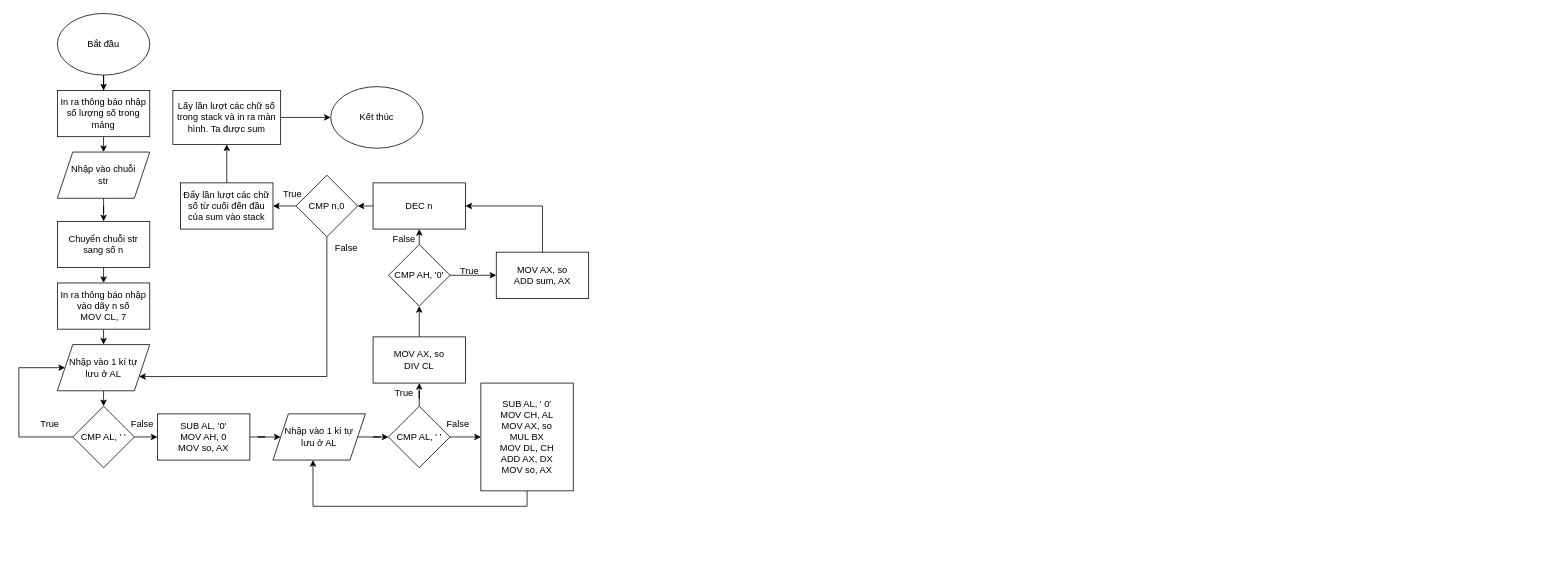
Above: Biểu đồ không có tiêu đề.drawio in NTC223/HTML (draw.io), before the change. Source tidied: cells renumbered, new cells numbered last; positions are measured from the earlier drawing's top-left corner, leaving out a move shared by most shapes. Both pictures are drawn from the tidied source at 77%, with x=0, y=0 at pixel (18, 13).
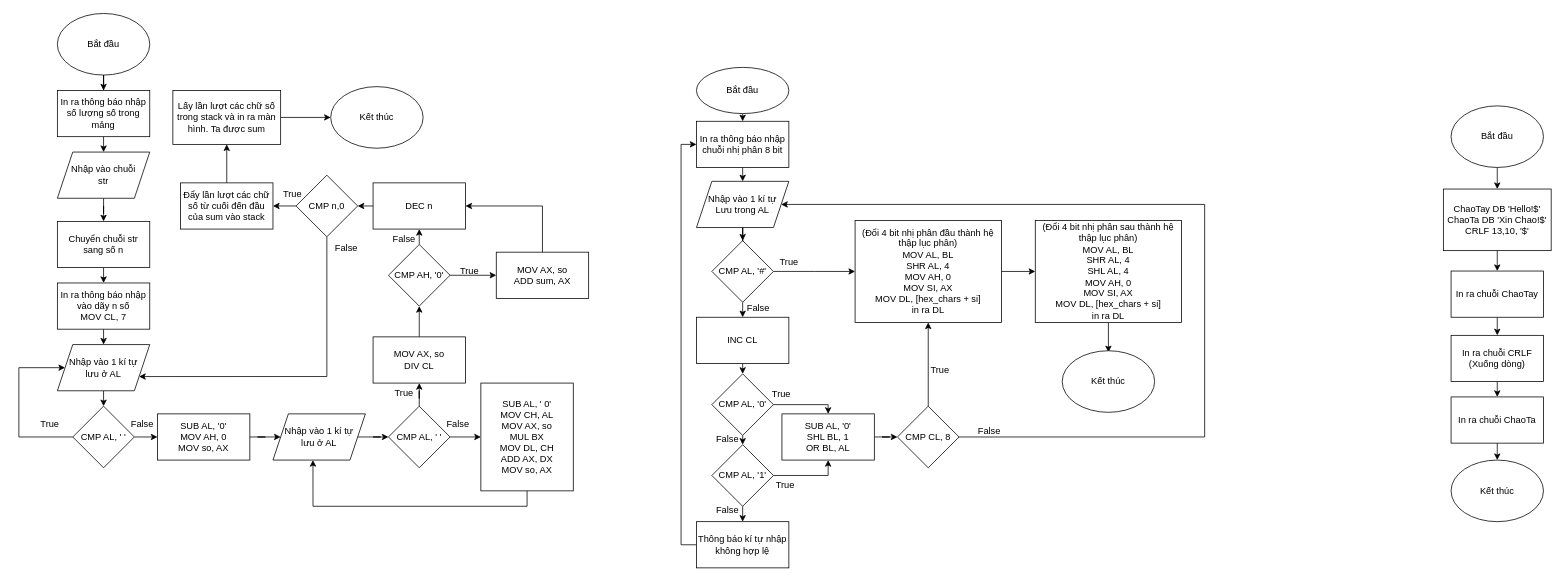
The same page after the edit.

Diff of the diagram source:
```diff
@@
+    <mxCell id="51" style="edgeStyle=orthogonalEdgeStyle;rounded=0;jettySize=auto;html=1;exitX=0.5;exitY=1;exitDx=0;exitDy=0;entryX=0.5;entryY=0;entryDx=0;entryDy=0;" parent="1" edge="1" source="52" target="54">
+      <mxGeometry relative="1" as="geometry" />
+    </mxCell>
+    <mxCell id="52" value="Bắt đầu" style="ellipse;whiteSpace=wrap;html=1;" parent="1" vertex="1">
+      <mxGeometry x="880" y="70" width="120" height="60" as="geometry" />
+    </mxCell>
+    <mxCell id="53" style="edgeStyle=orthogonalEdgeStyle;rounded=0;jettySize=auto;html=1;exitX=0.5;exitY=1;exitDx=0;exitDy=0;entryX=0.5;entryY=0;entryDx=0;entryDy=0;" parent="1" edge="1" source="54" target="56">
+      <mxGeometry relative="1" as="geometry" />
+    </mxCell>
+    <mxCell id="54" value="In ra thông báo nhập chuỗi nhị phân 8 bit" style="rounded=0;whiteSpace=wrap;html=1;" parent="1" vertex="1">
+      <mxGeometry x="880" y="140" width="120" height="60" as="geometry" />
+    </mxCell>
+    <mxCell id="55" style="edgeStyle=orthogonalEdgeStyle;rounded=0;jettySize=auto;html=1;exitX=0.5;exitY=1;exitDx=0;exitDy=0;" parent="1" edge="1" source="56" target="59">
+      <mxGeometry relative="1" as="geometry" />
+    </mxCell>
+    <mxCell id="56" value="Nhập vào 1 kí tự&lt;br&gt;Lưu trong AL" style="shape=parallelogram;perimeter=parallelogramPerimeter;whiteSpace=wrap;html=1;fixedSize=1;" parent="1" vertex="1">
+      <mxGeometry x="880" y="218" width="120" height="60" as="geometry" />
+    </mxCell>
+    <mxCell id="57" style="edgeStyle=orthogonalEdgeStyle;rounded=0;jettySize=auto;html=1;exitX=1;exitY=0.5;exitDx=0;exitDy=0;entryX=0;entryY=0.5;entryDx=0;entryDy=0;" parent="1" edge="1" source="59" target="61">
+      <mxGeometry relative="1" as="geometry" />
+    </mxCell>
+    <mxCell id="58" style="edgeStyle=orthogonalEdgeStyle;rounded=0;jettySize=auto;html=1;exitX=0.5;exitY=1;exitDx=0;exitDy=0;entryX=0.5;entryY=0;entryDx=0;entryDy=0;" parent="1" edge="1" source="59" target="63">
+      <mxGeometry relative="1" as="geometry" />
+    </mxCell>
+    <mxCell id="59" value="CMP AL, '#'" style="rhombus;whiteSpace=wrap;html=1;" parent="1" vertex="1">
+      <mxGeometry x="900" y="295" width="80" height="80" as="geometry" />
+    </mxCell>
+    <mxCell id="60" style="edgeStyle=orthogonalEdgeStyle;rounded=0;jettySize=auto;html=1;exitX=1;exitY=0.5;exitDx=0;exitDy=0;entryX=0;entryY=0.5;entryDx=0;entryDy=0;" parent="1" edge="1" source="61" target="75">
+      <mxGeometry relative="1" as="geometry" />
+    </mxCell>
+    <mxCell id="61" value="(Đổi 4 bit nhị phân đầu thành hệ thập lục phân)&lt;div&gt;MOV AL, BL&lt;/div&gt;&lt;div&gt;SHR AL, 4&lt;/div&gt;&lt;div&gt;MOV AH, 0&lt;/div&gt;&lt;div&gt;MOV SI, AX&lt;/div&gt;&lt;div&gt;MOV DL, [hex_chars + si]&lt;/div&gt;&lt;div&gt;in ra DL&lt;/div&gt;" style="rounded=0;whiteSpace=wrap;html=1;" parent="1" vertex="1">
+      <mxGeometry x="1086" y="268.8" width="190" height="132.5" as="geometry" />
+    </mxCell>
+    <mxCell id="62" style="edgeStyle=orthogonalEdgeStyle;rounded=0;jettySize=auto;html=1;exitX=0.5;exitY=1;exitDx=0;exitDy=0;entryX=0.5;entryY=0;entryDx=0;entryDy=0;" parent="1" edge="1" source="63" target="66">
+      <mxGeometry relative="1" as="geometry" />
+    </mxCell>
+    <mxCell id="63" value="INC CL" style="rounded=0;whiteSpace=wrap;html=1;" parent="1" vertex="1">
+      <mxGeometry x="880" y="394.5" width="120" height="60" as="geometry" />
+    </mxCell>
+    <mxCell id="64" style="edgeStyle=orthogonalEdgeStyle;rounded=0;jettySize=auto;html=1;exitX=0.5;exitY=1;exitDx=0;exitDy=0;entryX=0.5;entryY=0;entryDx=0;entryDy=0;" parent="1" edge="1" source="66" target="69">
+      <mxGeometry relative="1" as="geometry" />
+    </mxCell>
+    <mxCell id="65" style="edgeStyle=orthogonalEdgeStyle;rounded=0;jettySize=auto;html=1;exitX=1;exitY=0.5;exitDx=0;exitDy=0;entryX=0.5;entryY=0;entryDx=0;entryDy=0;" parent="1" edge="1" source="66" target="71">
+      <mxGeometry relative="1" as="geometry">
+        <Array as="points">
+          <mxPoint x="1051" y="508" />
+        </Array>
+      </mxGeometry>
+    </mxCell>
+    <mxCell id="66" value="CMP AL, '0'" style="rhombus;whiteSpace=wrap;html=1;" parent="1" vertex="1">
+      <mxGeometry x="900" y="468" width="80" height="80" as="geometry" />
+    </mxCell>
+    <mxCell id="67" style="edgeStyle=orthogonalEdgeStyle;rounded=0;jettySize=auto;html=1;exitX=1;exitY=0.5;exitDx=0;exitDy=0;entryX=0.5;entryY=1;entryDx=0;entryDy=0;" parent="1" edge="1" source="69" target="71">
+      <mxGeometry relative="1" as="geometry" />
+    </mxCell>
+    <mxCell id="68" style="edgeStyle=orthogonalEdgeStyle;rounded=0;jettySize=auto;html=1;exitX=0.5;exitY=1;exitDx=0;exitDy=0;entryX=0.5;entryY=0;entryDx=0;entryDy=0;" parent="1" edge="1" source="69" target="73">
+      <mxGeometry relative="1" as="geometry" />
+    </mxCell>
+    <mxCell id="69" value="CMP AL, '1'" style="rhombus;whiteSpace=wrap;html=1;" parent="1" vertex="1">
+      <mxGeometry x="900" y="560" width="80" height="80" as="geometry" />
+    </mxCell>
+    <mxCell id="70" style="edgeStyle=orthogonalEdgeStyle;rounded=0;jettySize=auto;html=1;exitX=1;exitY=0.5;exitDx=0;exitDy=0;" parent="1" edge="1" source="71" target="78">
+      <mxGeometry relative="1" as="geometry" />
+    </mxCell>
+    <mxCell id="71" value="SUB AL, '0'&lt;div&gt;SHL BL, 1&lt;/div&gt;&lt;div&gt;OR BL, AL&lt;/div&gt;" style="rounded=0;whiteSpace=wrap;html=1;" parent="1" vertex="1">
+      <mxGeometry x="991" y="520" width="120" height="60" as="geometry" />
+    </mxCell>
+    <mxCell id="72" style="edgeStyle=orthogonalEdgeStyle;rounded=0;jettySize=auto;html=1;exitX=0;exitY=0.5;exitDx=0;exitDy=0;entryX=0;entryY=0.5;entryDx=0;entryDy=0;" parent="1" edge="1" source="73" target="54">
+      <mxGeometry relative="1" as="geometry" />
+    </mxCell>
+    <mxCell id="73" value="Thông báo kí tự nhập không hợp lệ" style="rounded=0;whiteSpace=wrap;html=1;" parent="1" vertex="1">
+      <mxGeometry x="880" y="660" width="120" height="60" as="geometry" />
+    </mxCell>
+    <mxCell id="74" style="edgeStyle=orthogonalEdgeStyle;rounded=0;jettySize=auto;html=1;exitX=0.5;exitY=1;exitDx=0;exitDy=0;" parent="1" edge="1" source="75">
+      <mxGeometry relative="1" as="geometry">
+        <mxPoint x="1415" y="440" as="targetPoint" />
+      </mxGeometry>
+    </mxCell>
+    <mxCell id="75" value="(Đổi 4 bit nhị phân sau thành hệ thập lục phân)&lt;div&gt;MOV AL, BL&lt;/div&gt;&lt;div&gt;SHR AL, 4&lt;/div&gt;&lt;div&gt;SHL AL, 4&lt;/div&gt;&lt;div&gt;MOV AH, 0&lt;/div&gt;&lt;div&gt;MOV SI, AX&lt;/div&gt;&lt;div&gt;MOV DL, [hex_chars + si]&lt;/div&gt;&lt;div&gt;in ra DL&lt;/div&gt;" style="rounded=0;whiteSpace=wrap;html=1;" parent="1" vertex="1">
+      <mxGeometry x="1320" y="268.8" width="190" height="132.5" as="geometry" />
+    </mxCell>
+    <mxCell id="76" value="Kết thúc" style="ellipse;whiteSpace=wrap;html=1;" parent="1" vertex="1">
+      <mxGeometry x="1355" y="438" width="120" height="80" as="geometry" />
+    </mxCell>
+    <mxCell id="77" style="edgeStyle=orthogonalEdgeStyle;rounded=0;jettySize=auto;html=1;exitX=0.5;exitY=0;exitDx=0;exitDy=0;entryX=0.5;entryY=1;entryDx=0;entryDy=0;" parent="1" edge="1" source="78" target="61">
+      <mxGeometry relative="1" as="geometry" />
+    </mxCell>
+    <mxCell id="78" value="CMP CL, 8" style="rhombus;whiteSpace=wrap;html=1;" parent="1" vertex="1">
+      <mxGeometry x="1141" y="510" width="80" height="80" as="geometry" />
+    </mxCell>
+    <mxCell id="79" value="True" style="text;html=1;align=center;verticalAlign=middle;strokeColor=none;fillColor=none;" parent="1" vertex="1">
+      <mxGeometry x="965" y="480" width="50" height="30" as="geometry" />
+    </mxCell>
+    <mxCell id="80" value="False" style="text;html=1;align=center;verticalAlign=middle;strokeColor=none;fillColor=none;" parent="1" vertex="1">
+      <mxGeometry x="895" y="538" width="50" height="30" as="geometry" />
+    </mxCell>
+    <mxCell id="81" value="True" style="text;html=1;align=center;verticalAlign=middle;strokeColor=none;fillColor=none;" parent="1" vertex="1">
+      <mxGeometry x="970" y="598" width="50" height="30" as="geometry" />
+    </mxCell>
+    <mxCell id="82" value="False" style="text;html=1;align=center;verticalAlign=middle;strokeColor=none;fillColor=none;" parent="1" vertex="1">
+      <mxGeometry x="895" y="630" width="50" height="30" as="geometry" />
+    </mxCell>
+    <mxCell id="83" style="endArrow=classic;html=1;rounded=0;exitX=1;exitY=0.5;exitDx=0;exitDy=0;entryX=1;entryY=0.5;entryDx=0;entryDy=0;" parent="1" edge="1" source="78" target="56">
+      <mxGeometry relative="1" as="geometry">
+        <Array as="points">
+          <mxPoint x="1540" y="550" />
+          <mxPoint x="1540" y="248" />
+        </Array>
+      </mxGeometry>
+    </mxCell>
+    <mxCell id="84" value="True" style="text;html=1;align=center;verticalAlign=middle;strokeColor=none;fillColor=none;" parent="1" vertex="1">
+      <mxGeometry x="1171" y="448" width="50" height="30" as="geometry" />
+    </mxCell>
+    <mxCell id="85" value="False" style="text;html=1;align=center;verticalAlign=middle;strokeColor=none;fillColor=none;" parent="1" vertex="1">
+      <mxGeometry x="1235" y="528" width="50" height="30" as="geometry" />
+    </mxCell>
+    <mxCell id="86" value="True" style="text;html=1;align=center;verticalAlign=middle;strokeColor=none;fillColor=none;" parent="1" vertex="1">
+      <mxGeometry x="975" y="308" width="50" height="30" as="geometry" />
+    </mxCell>
+    <mxCell id="87" value="False" style="text;html=1;align=center;verticalAlign=middle;strokeColor=none;fillColor=none;" parent="1" vertex="1">
+      <mxGeometry x="935" y="368" width="50" height="30" as="geometry" />
+    </mxCell>
+    <mxCell id="88" style="edgeStyle=orthogonalEdgeStyle;rounded=0;jettySize=auto;html=1;exitX=0.5;exitY=1;exitDx=0;exitDy=0;entryX=0.5;entryY=0;entryDx=0;entryDy=0;" parent="1" edge="1" source="89" target="91">
+      <mxGeometry relative="1" as="geometry" />
+    </mxCell>
+    <mxCell id="89" value="Bắt đầu" style="ellipse;whiteSpace=wrap;html=1;" parent="1" vertex="1">
+      <mxGeometry x="1860" y="120" width="120" height="80" as="geometry" />
+    </mxCell>
+    <mxCell id="90" style="edgeStyle=orthogonalEdgeStyle;rounded=0;jettySize=auto;html=1;exitX=0.5;exitY=1;exitDx=0;exitDy=0;entryX=0.5;entryY=0;entryDx=0;entryDy=0;" parent="1" edge="1" source="91" target="93">
+      <mxGeometry relative="1" as="geometry" />
+    </mxCell>
+    <mxCell id="91" value="ChaoTay DB 'Hello!$'&lt;div&gt;ChaoTa DB 'Xin Chao!$'&lt;/div&gt;&lt;div&gt;CRLF 13,10, '$'&lt;/div&gt;" style="rounded=0;whiteSpace=wrap;html=1;" parent="1" vertex="1">
+      <mxGeometry x="1850" y="228" width="140" height="80" as="geometry" />
+    </mxCell>
+    <mxCell id="92" style="edgeStyle=orthogonalEdgeStyle;rounded=0;jettySize=auto;html=1;exitX=0.5;exitY=1;exitDx=0;exitDy=0;entryX=0.5;entryY=0;entryDx=0;entryDy=0;" parent="1" edge="1" source="93" target="95">
+      <mxGeometry relative="1" as="geometry" />
+    </mxCell>
+    <mxCell id="93" value="In ra chuỗi ChaoTay" style="rounded=0;whiteSpace=wrap;html=1;" parent="1" vertex="1">
+      <mxGeometry x="1860" y="334.5" width="120" height="60" as="geometry" />
+    </mxCell>
+    <mxCell id="94" style="edgeStyle=orthogonalEdgeStyle;rounded=0;jettySize=auto;html=1;exitX=0.5;exitY=1;exitDx=0;exitDy=0;entryX=0.5;entryY=0;entryDx=0;entryDy=0;" parent="1" edge="1" source="95" target="97">
+      <mxGeometry relative="1" as="geometry" />
+    </mxCell>
+    <mxCell id="95" value="In ra chuỗi CRLF&lt;div&gt;(Xuống dòng)&lt;/div&gt;" style="rounded=0;whiteSpace=wrap;html=1;" parent="1" vertex="1">
+      <mxGeometry x="1860" y="418" width="120" height="60" as="geometry" />
+    </mxCell>
+    <mxCell id="96" style="edgeStyle=orthogonalEdgeStyle;rounded=0;jettySize=auto;html=1;exitX=0.5;exitY=1;exitDx=0;exitDy=0;entryX=0.5;entryY=0;entryDx=0;entryDy=0;" parent="1" edge="1" source="97" target="98">
+      <mxGeometry relative="1" as="geometry" />
+    </mxCell>
+    <mxCell id="97" value="In ra chuỗi ChaoTa" style="rounded=0;whiteSpace=wrap;html=1;" parent="1" vertex="1">
+      <mxGeometry x="1860" y="498" width="120" height="60" as="geometry" />
+    </mxCell>
+    <mxCell id="98" value="Kết thúc" style="ellipse;whiteSpace=wrap;html=1;" parent="1" vertex="1">
+      <mxGeometry x="1860" y="580" width="120" height="80" as="geometry" />
+    </mxCell>
```
